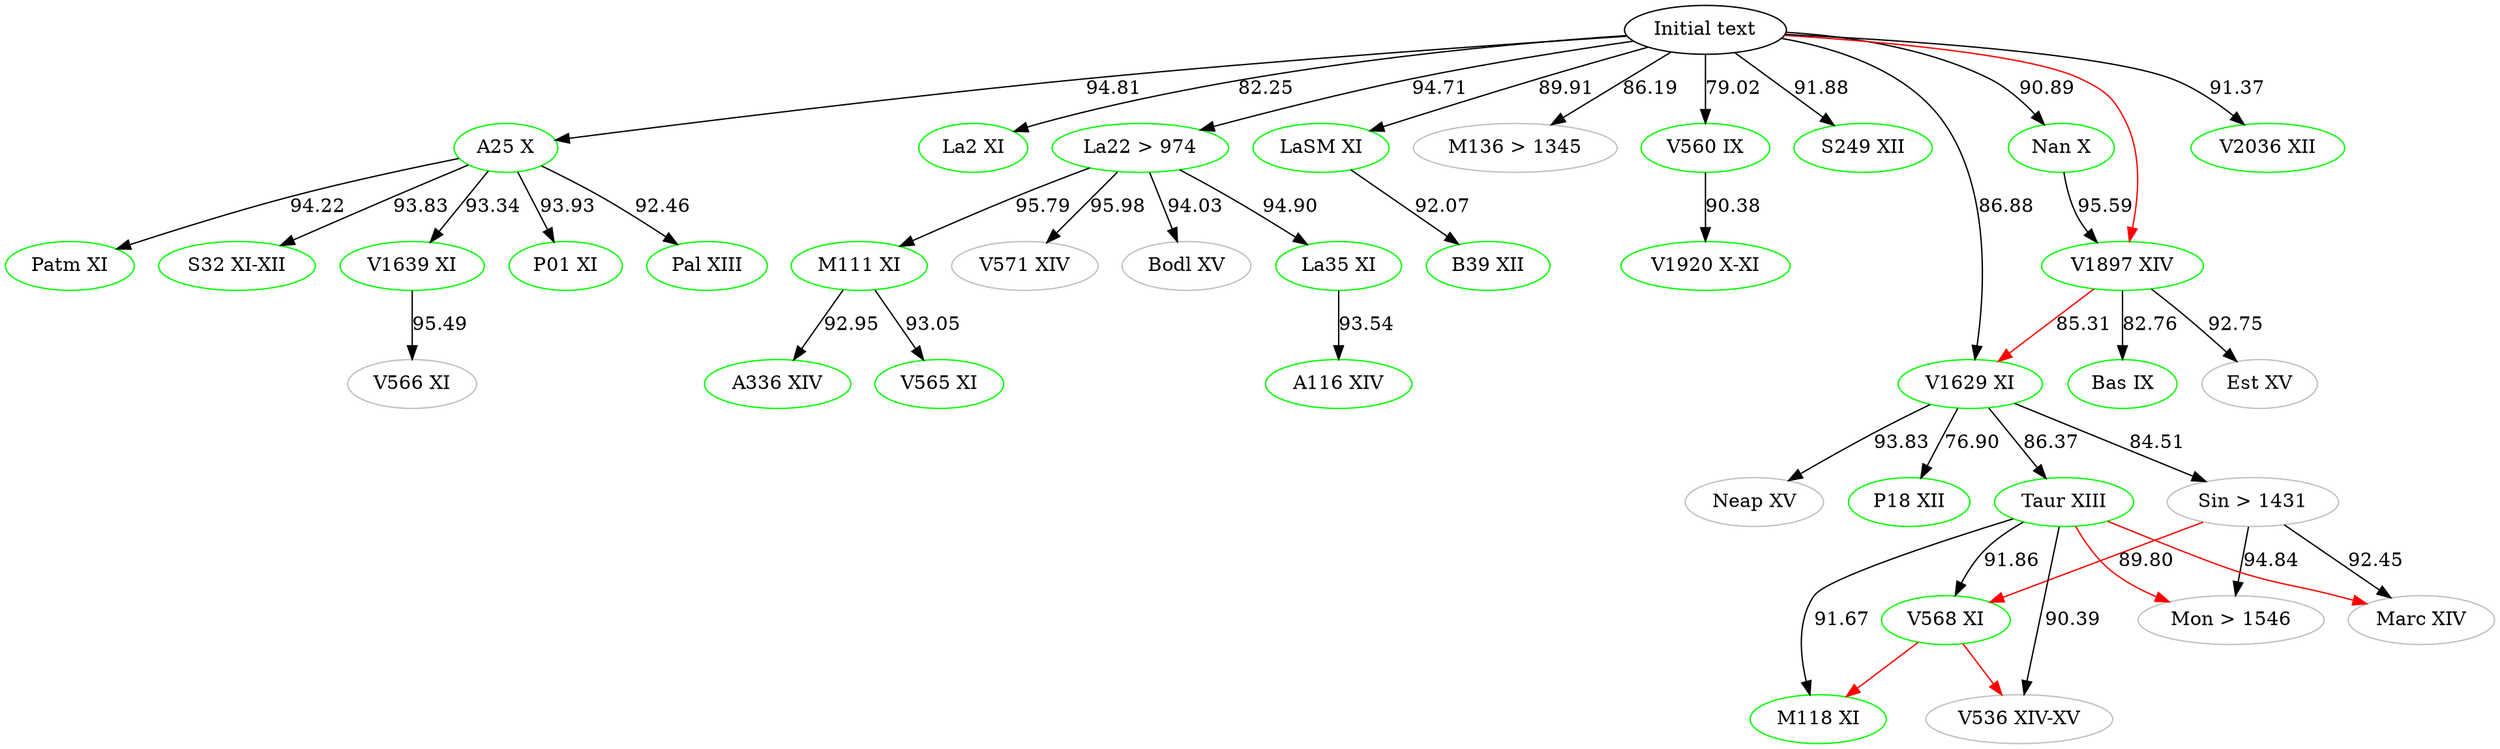
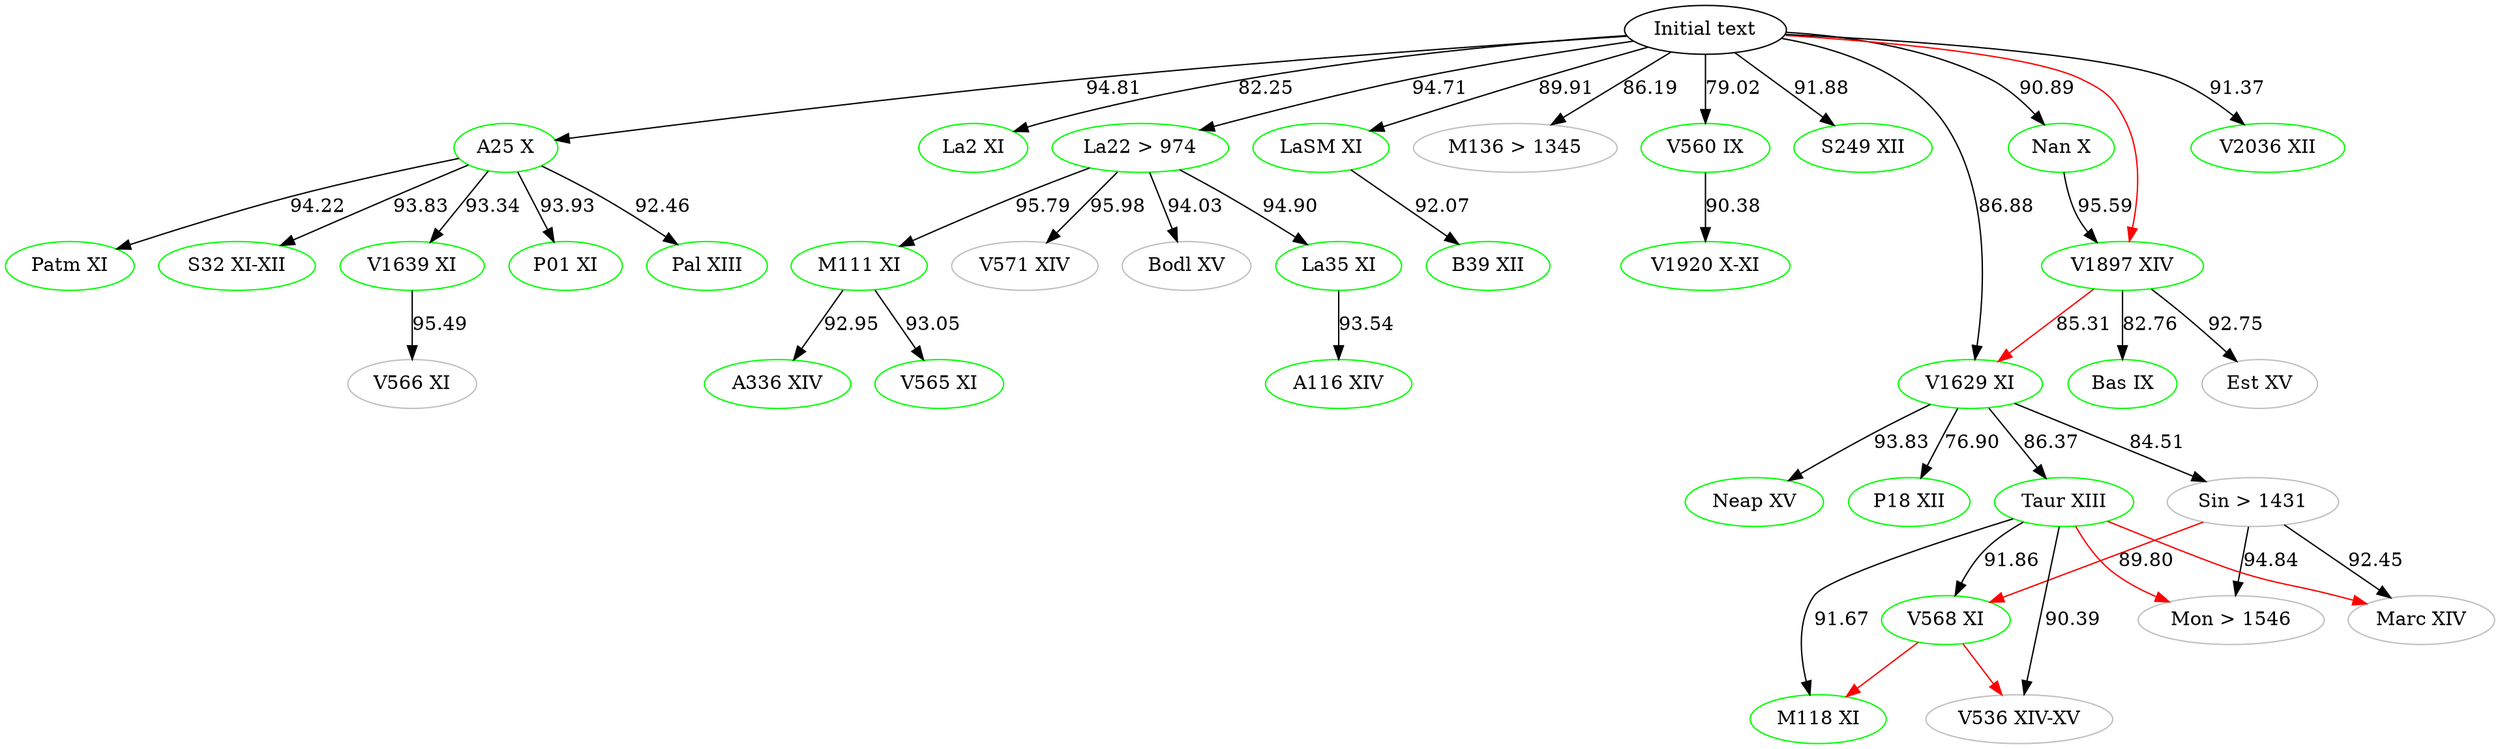
digraph {

    #Top [color="black", label="ω"]
    aBase [color="black", label="Initial text"]
    # Top [color="black", label="Initial text"]
	A116 [label="A116 XIV", color="green"]
	A25 [label="A25 X", color="green"]
	A336 [label="A336 XIV", color="green"]
	B39 [label="B39 XII", color="green"]
	Bas [label="Bas IX", color="green"]
	Bodl [label="Bodl XV", color="grey"]
	Est [label="Est XV", color="grey"]
	La2 [label="La2 XI", color="green"]
	La22 [label="La22 > 974", color="green"]
	La35 [label="La35 XI", color="green"]
	LaSM [label="LaSM XI", color="green"]
	M111 [label="M111 XI", color="green"]
    M118 [label="M118 XI", color="green"]
    M136 [label="M136 > 1345", color="grey"]
    Marc [label="Marc XIV", color="grey"]
    Mon [label="Mon > 1546", color="grey"]
	Nan [label="Nan X", color="green"]
-     Neap [label="Neap XV", color="grey"]
+     Neap [label="Neap XV", color="green"]
    P01 [label="P01 XI", color="green"]
    P18 [label="P18 XII", color="green"]
	Pal [label="Pal XIII", color="green"]
	Patm [label="Patm XI", color="green"]
    Sin [label="Sin > 1431", color="grey"]
	S32 [label="S32 XI-XII", color="green"]
    S249 [label="S249 XII", color="green"]
    Taur [label="Taur XIII", color="green"]
    V536 [label="V536 XIV-XV", color="grey"]
	V560 [label="V560 IX", color="green"]
	V565 [label="V565 XI", color="green"]
	V566 [label="V566 XI", color="grey"]
	V568 [label="V568 XI", color="green"]
	V571 [label="V571 XIV", color="grey"]
    V1629 [label="V1629 XI", color="green"]
	V1639 [label="V1639 XI", color="green"]
	V1897 [label="V1897 XIV", color="green"]
	V1920 [label="V1920 X-XI", color="green"]
    V2036 [label="V2036 XII", color="green"]




    #Top -> aBase
    aBase -> A25 [label="94.81"]
    aBase -> M136 [label="86.19"]
    aBase -> V2036 [label="91.37"]
    # V2036 -> Patm [label="91.14", color="blue"]
    aBase -> V1629 [label="86.88"]
    aBase -> V560[label="79.02"]
    aBase -> La2 [label="82.25"]
    aBase -> S249 [label="91.88"]
    aBase -> LaSM [label="89.91"]
	aBase -> La22 [label="94.71"]
    aBase -> Nan [label="90.89"]

	# A25 -> M136 [label="85.50"]
    # M136 -> A25 [label="85.50" color="blue"]
	A25 -> Pal [label="92.46"]
	A25 -> P01 [label="93.93"]
    A25 -> V1639 [label="93.34"]
    A25 -> S32 [label="93.83"]
    A25 -> Patm [label="94.22"]

    #A25 -> La2 [color="red"]
    #A25 -> V566[color="red"]
    #A25 -> LaSM[color="red"]
    #A25 -> La22[color="red"]
    #A25 -> M136[color="red"]
    #A25 -> Nan[color="red"]
    #A25 -> S249[color="red"]
    #A25 -> V2036[color="red"]

    #aBase -> P01 [color="red"]
    #aBase -> Pal [color="red"]
    #aBase -> Patm [color="red"]
    #aBase -> La35[color="red"]
    #aBase -> B39[color="red"]
    #aBase -> V1920[color="red"]
    aBase -> V1897[color="red"]
    #aBase -> Neap[color="red"]

    #Bodl -> V1639[color="red"]
    #Patm -> S32[color="red"]
    #Patm -> V560[color="red"]

    #La22 -> A116[color="red"]
    #La22 -> V565[color="red"]
    #La22 -> A336[color="red"]

    Taur -> Mon[color="red"]
    Taur -> Marc[color="red"]

    Sin -> V568[label="89.80" color="red"]

    V568 -> V536[color="red"]
    V568 -> M118[color="red"]

    #V571 -> Bodl[color="red"]
    #M111 -> V571[color="red"]
    #La35 -> M111[color="red"]
    V1897 -> V1629[label="85.31" color="red"]
    #Nan -> Bas[color="red"]
    #Nan -> Est[color="red"]
    #Neap -> Taur[color="red"]
    #Neap -> Sin[color="red"]
   #Neap -> P18[color="red"]




	V1639 -> V566 [label="95.49"]

	La22 -> La35 [label= "94.90"]
	La22 -> M111 [label="95.79"]
	La22 -> Bodl [label="94.03"]
    La22 -> V571 [label="95.98"]

	La35 -> A116 [label="93.54"]

	M111 -> V565 [label="93.05"]
	M111 -> A336 [label="92.95"]



	Sin -> Marc [label="92.45"]

	V1629 -> Neap [label="93.83"]
	V1629 -> Sin [label="84.51"]
	V1629 -> Taur [label="86.37"]
    V1629 -> P18 [label="76.90"]

	Taur -> V568 [label="91.86"]
	Taur -> M118 [label="91.67"]
	Taur -> V536 [label="90.39"]
    # Taur -> Marc [color="blue" label="91.96"]
    # Marc -> Mon [color="blue" label="94.12"]
	Sin -> Mon [label="94.84"]

	V560 -> V1920 [label="90.38"]

	V1897 -> Est [label="92.75"]
    V1897 -> Bas [label="82.76"]

    Nan -> V1897 [label="95.59"]



    LaSM -> B39 [label="92.07"]



}

